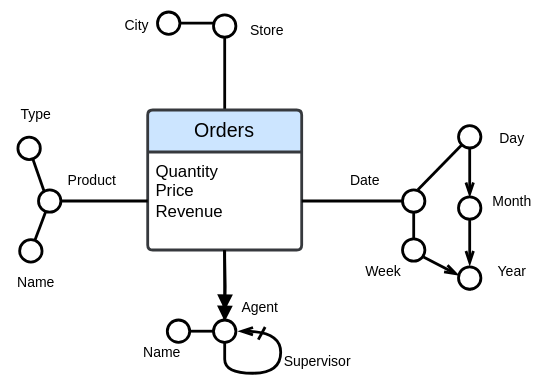
This is DSD/src/img/dimensions.svg from Slocon00/DSS-2526-notes, a draw.io export, as it was before one commit. Source tidied: cells renumbered, new cells last; positions are measured from the earlier drawing's top-left corner, leaving out a move shared by most shapes.
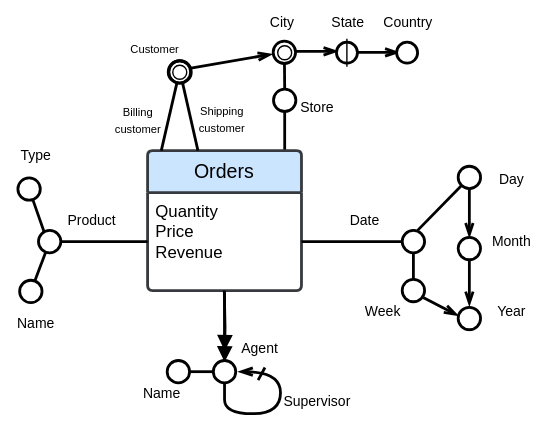
Later version of the same file.

What changed in the source:
```diff
@@ -2,9 +2,10 @@
   <root>
     <mxCell id="0" />
     <mxCell id="1" parent="0" />
-    <mxCell id="2" style="edgeStyle=orthogonalEdgeStyle;rounded=0;jettySize=auto;html=1;endArrow=circle;endFill=0;strokeWidth=2;" parent="1" edge="1" source="4">
+    <mxCell id="2" style="edgeStyle=orthogonalEdgeStyle;rounded=0;orthogonalLoop=1;jettySize=auto;html=1;endArrow=circle;endFill=0;strokeWidth=2;" parent="1" edge="1">
       <mxGeometry relative="1" as="geometry">
-        <mxPoint x="160" y="6" as="targetPoint" />
+        <mxPoint x="203" y="81" as="sourcePoint" />
+        <mxPoint x="203" y="30" as="targetPoint" />
       </mxGeometry>
     </mxCell>
     <mxCell id="3" style="edgeStyle=orthogonalEdgeStyle;rounded=0;jettySize=auto;html=1;strokeWidth=2;endArrow=circle;endFill=0;" parent="1" edge="1" source="4">
@@ -19,7 +20,7 @@
       <mxGeometry y="30" width="110" height="70" as="geometry" />
     </mxCell>
     <mxCell id="6" value="Store" style="text;html=1;align=center;verticalAlign=middle;strokeColor=none;fillColor=none;fontSize=10;" parent="1" vertex="1">
-      <mxGeometry x="165" y="4" width="50" height="30" as="geometry" />
+      <mxGeometry x="201" y="30" width="50" height="30" as="geometry" />
     </mxCell>
     <mxCell id="7" style="edgeStyle=orthogonalEdgeStyle;rounded=0;jettySize=auto;html=1;endArrow=circle;endFill=0;strokeWidth=2;" parent="1" edge="1" source="5">
       <mxGeometry relative="1" as="geometry">
@@ -95,12 +96,11 @@
       <mxGeometry y="184" width="50" height="30" as="geometry" />
     </mxCell>
     <mxCell id="23" value="City" style="text;html=1;align=center;verticalAlign=middle;points=[];strokeColor=none;fillColor=none;fontSize=10;" parent="1" vertex="1">
-      <mxGeometry x="77" width="40" height="30" as="geometry" />
+      <mxGeometry x="181" y="-31" width="40" height="30" as="geometry" />
     </mxCell>
-    <mxCell id="24" style="endArrow=circle;html=1;rounded=0;strokeWidth=2;startArrow=none;startFill=0;endFill=0;" parent="1" edge="1">
+    <mxCell id="24" style="endArrow=circle;html=1;rounded=0;strokeWidth=2;startArrow=none;startFill=0;endFill=0;entryX=0.542;entryY=0.89;entryDx=0;entryDy=0;entryPerimeter=0;" parent="1" edge="1" target="23">
       <mxGeometry relative="1" as="geometry">
-        <mxPoint x="152" y="14" as="sourcePoint" />
-        <mxPoint x="110" y="14" as="targetPoint" />
+        <mxPoint x="203" y="32" as="sourcePoint" />
       </mxGeometry>
     </mxCell>
     <mxCell id="25" style="endArrow=circle;html=1;rounded=0;strokeWidth=2;startArrow=none;startFill=0;endFill=0;" parent="1" edge="1">
@@ -151,5 +151,68 @@
         <mxPoint x="160" y="227" as="targetPoint" />
       </mxGeometry>
     </mxCell>
+    <mxCell id="34" style="ellipse;whiteSpace=wrap;html=1;" parent="1" vertex="1">
+      <mxGeometry x="198" y="1" width="10" height="10" as="geometry" />
+    </mxCell>
+    <mxCell id="35" style="endArrow=openThin;html=1;rounded=0;strokeWidth=2;endFill=0;" parent="1" edge="1">
+      <mxGeometry relative="1" as="geometry">
+        <mxPoint x="211" y="5" as="sourcePoint" />
+        <mxPoint x="241" y="5" as="targetPoint" />
+      </mxGeometry>
+    </mxCell>
+    <mxCell id="36" style="ellipse;whiteSpace=wrap;html=1;strokeWidth=2;" parent="1" vertex="1">
+      <mxGeometry x="240" y="-1.5" width="15" height="15" as="geometry" />
+    </mxCell>
+    <mxCell id="37" value="State" style="text;html=1;align=center;verticalAlign=middle;strokeColor=none;fillColor=none;fontSize=10;" parent="1" vertex="1">
+      <mxGeometry x="222.5" y="-31" width="50" height="30" as="geometry" />
+    </mxCell>
+    <mxCell id="38" style="endArrow=openThin;html=1;rounded=0;strokeWidth=2;endFill=0;" parent="1" edge="1">
+      <mxGeometry relative="1" as="geometry">
+        <mxPoint x="255" y="5.8" as="sourcePoint" />
+        <mxPoint x="285" y="5.8" as="targetPoint" />
+      </mxGeometry>
+    </mxCell>
+    <mxCell id="39" style="ellipse;whiteSpace=wrap;html=1;strokeWidth=2;" parent="1" vertex="1">
+      <mxGeometry x="283" y="-1.5" width="15" height="15" as="geometry" />
+    </mxCell>
+    <mxCell id="40" value="Country" style="text;html=1;align=center;verticalAlign=middle;strokeColor=none;fillColor=none;fontSize=10;" parent="1" vertex="1">
+      <mxGeometry x="260.5" y="-31" width="60" height="30" as="geometry" />
+    </mxCell>
+    <mxCell id="41" style="endArrow=none;html=1;rounded=0;" parent="1" edge="1">
+      <mxGeometry relative="1" as="geometry">
+        <mxPoint x="247.5" y="16" as="sourcePoint" />
+        <mxPoint x="247.5" y="-4" as="targetPoint" />
+      </mxGeometry>
+    </mxCell>
+    <mxCell id="42" style="rounded=0;orthogonalLoop=1;jettySize=auto;html=1;endArrow=circle;endFill=0;strokeWidth=2;" parent="1" edge="1">
+      <mxGeometry relative="1" as="geometry">
+        <mxPoint x="114.8" y="76" as="sourcePoint" />
+        <mxPoint x="130" y="10" as="targetPoint" />
+      </mxGeometry>
+    </mxCell>
+    <mxCell id="43" value="&lt;font style=&quot;font-size: 8px;&quot;&gt;Billing&lt;/font&gt;&lt;div&gt;&lt;font style=&quot;font-size: 8px;&quot;&gt;customer&lt;/font&gt;&lt;/div&gt;" style="text;html=1;align=center;verticalAlign=middle;strokeColor=none;fillColor=none;fontSize=10;" parent="1" vertex="1">
+      <mxGeometry x="68" y="34" width="60" height="40" as="geometry" />
+    </mxCell>
+    <mxCell id="44" style="endArrow=openThin;html=1;rounded=0;strokeWidth=2;endFill=0;" parent="1" edge="1">
+      <mxGeometry relative="1" as="geometry">
+        <mxPoint x="136" y="17" as="sourcePoint" />
+        <mxPoint x="194" y="7" as="targetPoint" />
+      </mxGeometry>
+    </mxCell>
+    <mxCell id="45" style="rounded=0;orthogonalLoop=1;jettySize=auto;html=1;endArrow=circle;endFill=0;strokeWidth=2;" parent="1" edge="1">
+      <mxGeometry relative="1" as="geometry">
+        <mxPoint x="141" y="76" as="sourcePoint" />
+        <mxPoint x="126" y="10" as="targetPoint" />
+      </mxGeometry>
+    </mxCell>
+    <mxCell id="46" value="&lt;font style=&quot;font-size: 8px;&quot;&gt;Shipping&lt;/font&gt;&lt;div&gt;&lt;font style=&quot;font-size: 8px;&quot;&gt;customer&lt;/font&gt;&lt;/div&gt;" style="text;html=1;align=center;verticalAlign=middle;strokeColor=none;fillColor=none;fontSize=10;" parent="1" vertex="1">
+      <mxGeometry x="128" y="33" width="60" height="40" as="geometry" />
+    </mxCell>
+    <mxCell id="47" style="ellipse;whiteSpace=wrap;html=1;" parent="1" vertex="1">
+      <mxGeometry x="123" y="15" width="10" height="10" as="geometry" />
+    </mxCell>
+    <mxCell id="48" value="&lt;span style=&quot;font-size: 8px;&quot;&gt;Customer&lt;/span&gt;" style="text;html=1;align=center;verticalAlign=middle;strokeColor=none;fillColor=none;fontSize=10;" parent="1" vertex="1">
+      <mxGeometry x="80" y="-12" width="60" height="30" as="geometry" />
+    </mxCell>
   </root>
 </mxGraphModel>
```
